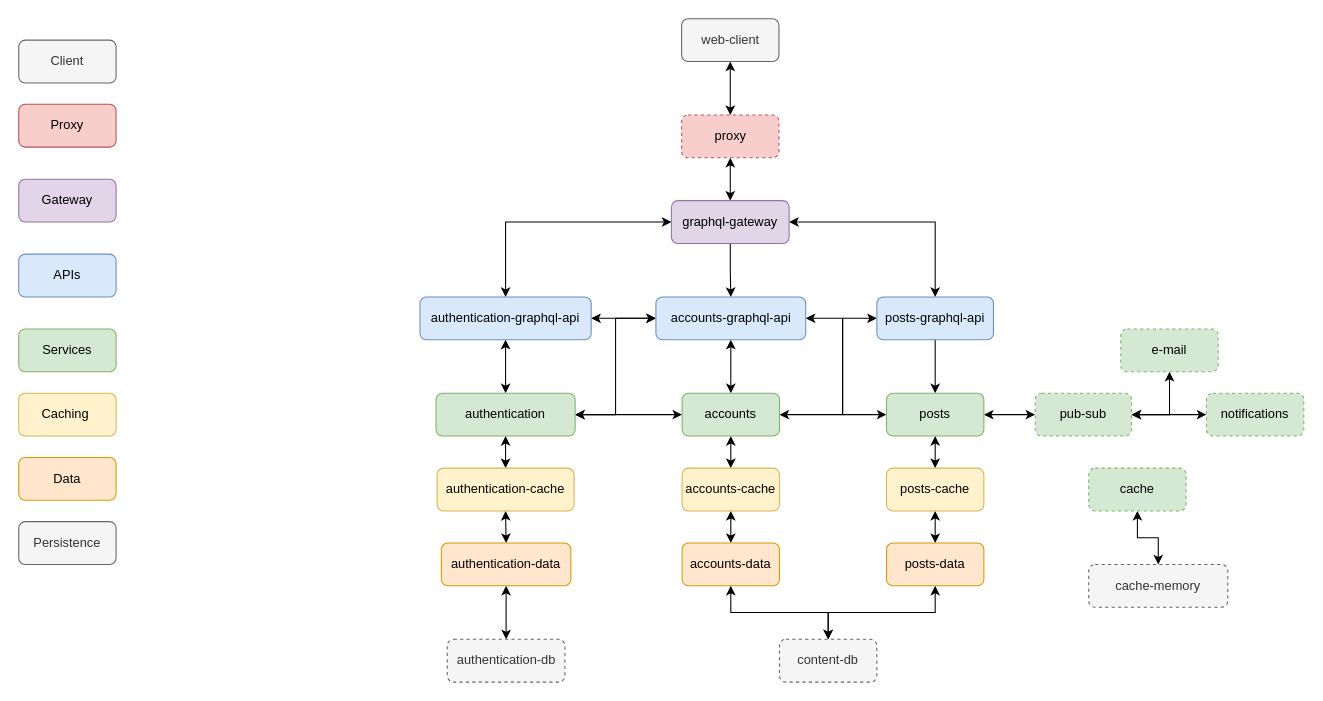
Before: docs/architecture.drawio in arneschreuder/dopamine, a draw.io diagram. Source tidied: cells renumbered, new cells numbered last; positions are measured from the earlier drawing's top-left corner, leaving out a move shared by most shapes. Both pictures are drawn from the tidied source at 107%, with x=0, y=0 at pixel (18, 18).
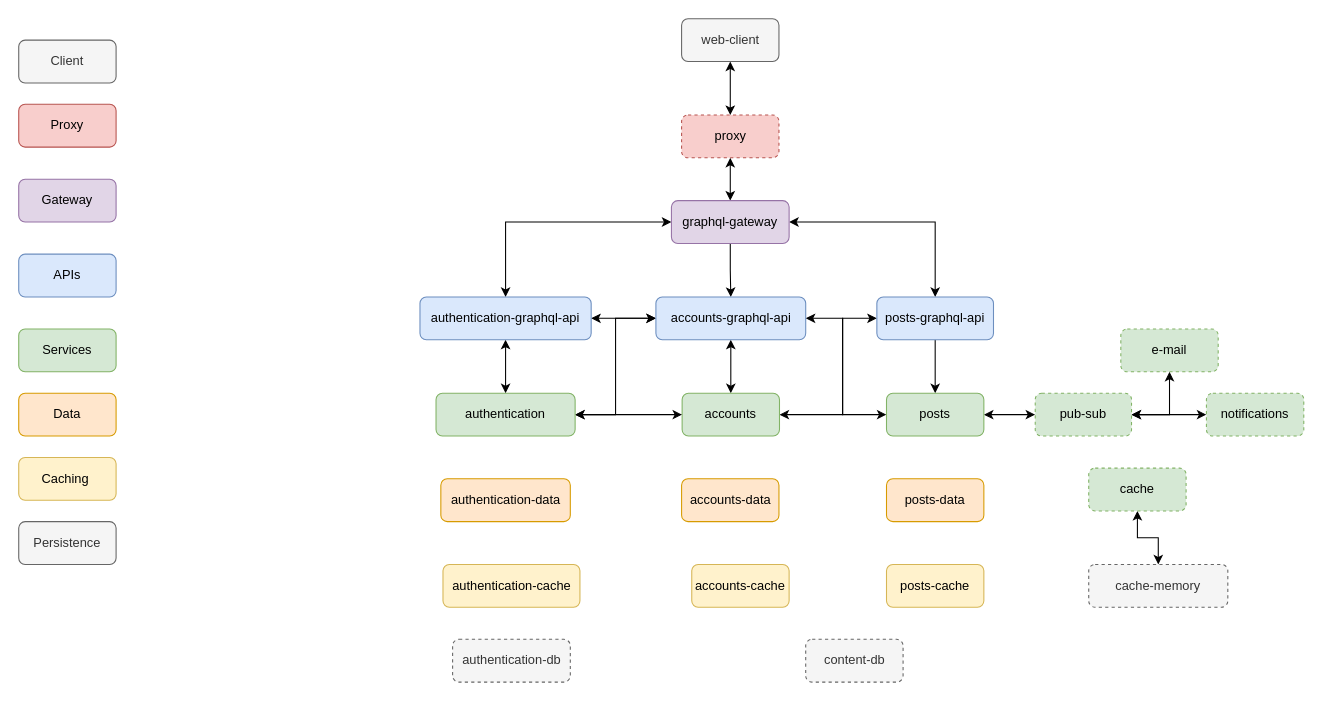
After the change.

Unchanged cells that the change refers to:
```xml
<mxCell id="23" value="accounts" style="rounded=1;whiteSpace=wrap;html=1;fillColor=#d5e8d4;strokeColor=#82b366;" parent="1" vertex="1">
  <mxGeometry x="620" y="350" width="91" height="40" as="geometry" />
</mxCell>
<mxCell id="26" value="posts" style="rounded=1;whiteSpace=wrap;html=1;fillColor=#d5e8d4;strokeColor=#82b366;" parent="1" vertex="1">
  <mxGeometry x="811" y="350" width="91" height="40" as="geometry" />
</mxCell>
<mxCell id="51" value="authentication" style="rounded=1;whiteSpace=wrap;html=1;fillColor=#d5e8d4;strokeColor=#82b366;" parent="1" vertex="1">
  <mxGeometry x="390" y="350" width="130" height="40" as="geometry" />
</mxCell>
```

Change to the diagram source:
```diff
@@
     <mxCell id="6" value="Caching&amp;nbsp;" style="rounded=1;whiteSpace=wrap;html=1;fillColor=#fff2cc;strokeColor=#d6b656;" parent="1" vertex="1">
-      <mxGeometry y="350" width="91" height="40" as="geometry" />
+      <mxGeometry y="410" width="91" height="40" as="geometry" />
     </mxCell>
     <mxCell id="7" value="Data" style="rounded=1;whiteSpace=wrap;html=1;fillColor=#ffe6cc;strokeColor=#d79b00;" parent="1" vertex="1">
-      <mxGeometry y="410" width="91" height="40" as="geometry" />
+      <mxGeometry y="350" width="91" height="40" as="geometry" />
     </mxCell>
@@
-    <mxCell id="22" style="edgeStyle=orthogonalEdgeStyle;rounded=0;jettySize=auto;html=1;exitX=0.5;exitY=1;exitDx=0;exitDy=0;entryX=0.5;entryY=0;entryDx=0;entryDy=0;startArrow=classic;startFill=1;" parent="1" edge="1" source="23" target="28">
-      <mxGeometry relative="1" as="geometry" />
-    </mxCell>
@@
-    <mxCell id="24" style="edgeStyle=orthogonalEdgeStyle;rounded=0;jettySize=auto;html=1;exitX=0.5;exitY=1;exitDx=0;exitDy=0;entryX=0.5;entryY=0;entryDx=0;entryDy=0;startArrow=classic;startFill=1;" parent="1" edge="1" source="26" target="30">
-      <mxGeometry relative="1" as="geometry" />
-    </mxCell>
@@
-    <mxCell id="27" style="edgeStyle=orthogonalEdgeStyle;rounded=0;jettySize=auto;html=1;exitX=0.5;exitY=1;exitDx=0;exitDy=0;entryX=0.5;entryY=0;entryDx=0;entryDy=0;startArrow=classic;startFill=1;" parent="1" edge="1" source="28" target="32">
-      <mxGeometry relative="1" as="geometry" />
-    </mxCell>
     <mxCell id="28" value="accounts-cache" style="rounded=1;whiteSpace=wrap;html=1;fillColor=#fff2cc;strokeColor=#d6b656;" parent="1" vertex="1">
-      <mxGeometry x="620" y="420" width="91" height="40" as="geometry" />
+      <mxGeometry x="629" y="510" width="91" height="40" as="geometry" />
     </mxCell>
-    <mxCell id="29" style="edgeStyle=orthogonalEdgeStyle;rounded=0;jettySize=auto;html=1;exitX=0.5;exitY=1;exitDx=0;exitDy=0;entryX=0.5;entryY=0;entryDx=0;entryDy=0;startArrow=classic;startFill=1;" parent="1" edge="1" source="30" target="34">
-      <mxGeometry relative="1" as="geometry" />
-    </mxCell>
     <mxCell id="30" value="posts-cache" style="rounded=1;whiteSpace=wrap;html=1;fillColor=#fff2cc;strokeColor=#d6b656;" parent="1" vertex="1">
-      <mxGeometry x="811" y="420" width="91" height="40" as="geometry" />
+      <mxGeometry x="811" y="510" width="91" height="40" as="geometry" />
     </mxCell>
-    <mxCell id="31" style="edgeStyle=orthogonalEdgeStyle;rounded=0;jettySize=auto;html=1;exitX=0.5;exitY=1;exitDx=0;exitDy=0;startArrow=classic;startFill=1;" parent="1" edge="1" source="32" target="37">
-      <mxGeometry relative="1" as="geometry" />
-    </mxCell>
     <mxCell id="32" value="accounts-data" style="rounded=1;whiteSpace=wrap;html=1;fillColor=#ffe6cc;strokeColor=#d79b00;" parent="1" vertex="1">
-      <mxGeometry x="620" y="490" width="91" height="40" as="geometry" />
+      <mxGeometry x="619.5" y="430" width="91" height="40" as="geometry" />
     </mxCell>
-    <mxCell id="33" style="edgeStyle=orthogonalEdgeStyle;rounded=0;jettySize=auto;html=1;exitX=0.5;exitY=1;exitDx=0;exitDy=0;entryX=0.5;entryY=0;entryDx=0;entryDy=0;startArrow=classic;startFill=1;" parent="1" edge="1" source="34" target="37">
-      <mxGeometry relative="1" as="geometry" />
-    </mxCell>
     <mxCell id="34" value="posts-data" style="rounded=1;whiteSpace=wrap;html=1;fillColor=#ffe6cc;strokeColor=#d79b00;" parent="1" vertex="1">
-      <mxGeometry x="811" y="490" width="91" height="40" as="geometry" />
+      <mxGeometry x="811" y="430" width="91" height="40" as="geometry" />
     </mxCell>
@@
     <mxCell id="37" value="content-db" style="rounded=1;whiteSpace=wrap;html=1;fillColor=#f5f5f5;strokeColor=#666666;fontColor=#333333;dashed=1;" parent="1" vertex="1">
-      <mxGeometry x="711" y="580" width="91" height="40" as="geometry" />
+      <mxGeometry x="735.5" y="580" width="91" height="40" as="geometry" />
     </mxCell>
@@
-    <mxCell id="49" style="edgeStyle=orthogonalEdgeStyle;rounded=0;jettySize=auto;html=1;exitX=0.5;exitY=1;exitDx=0;exitDy=0;entryX=0.5;entryY=0;entryDx=0;entryDy=0;startArrow=classic;startFill=1;" parent="1" edge="1" source="51" target="53">
-      <mxGeometry relative="1" as="geometry" />
-    </mxCell>
@@
-    <mxCell id="52" style="edgeStyle=orthogonalEdgeStyle;rounded=0;jettySize=auto;html=1;exitX=0.5;exitY=1;exitDx=0;exitDy=0;entryX=0.5;entryY=0;entryDx=0;entryDy=0;startArrow=classic;startFill=1;" parent="1" edge="1" source="53" target="55">
-      <mxGeometry relative="1" as="geometry" />
-    </mxCell>
     <mxCell id="53" value="authentication-cache" style="rounded=1;whiteSpace=wrap;html=1;fillColor=#fff2cc;strokeColor=#d6b656;" parent="1" vertex="1">
-      <mxGeometry x="391" y="420" width="128" height="40" as="geometry" />
+      <mxGeometry x="396.5" y="510" width="128" height="40" as="geometry" />
     </mxCell>
-    <mxCell id="54" style="edgeStyle=orthogonalEdgeStyle;rounded=0;jettySize=auto;html=1;exitX=0.5;exitY=1;exitDx=0;exitDy=0;entryX=0.5;entryY=0;entryDx=0;entryDy=0;startArrow=classic;startFill=1;" parent="1" edge="1" source="55" target="56">
-      <mxGeometry relative="1" as="geometry" />
-    </mxCell>
     <mxCell id="55" value="authentication-data" style="rounded=1;whiteSpace=wrap;html=1;fillColor=#ffe6cc;strokeColor=#d79b00;" parent="1" vertex="1">
-      <mxGeometry x="395" y="490" width="121" height="40" as="geometry" />
+      <mxGeometry x="394.5" y="430" width="121" height="40" as="geometry" />
     </mxCell>
     <mxCell id="56" value="authentication-db" style="rounded=1;whiteSpace=wrap;html=1;fillColor=#f5f5f5;strokeColor=#666666;fontColor=#333333;dashed=1;" parent="1" vertex="1">
-      <mxGeometry x="400.5" y="580" width="110" height="40" as="geometry" />
+      <mxGeometry x="405.5" y="580" width="110" height="40" as="geometry" />
     </mxCell>
```
